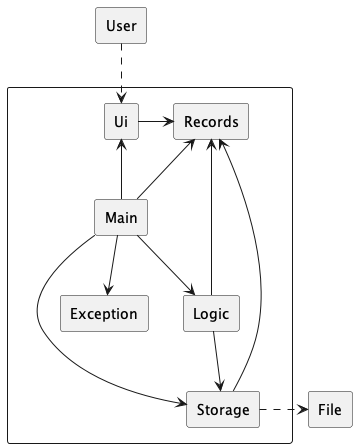
This is docs/UmlDiagrams/ArchitectureDiagram.png from nus-cs2113-AY2223S1/tp, a PlantUML export, as it was before one commit. The source it was exported from:
```plantuml
@startuml
skinparam componentStyle rectangle

component {
 [Ui] -right-> [Records]
 [Logic] -down->[Storage]
 [Logic] -down-> [Records]
 [Main] --> [Ui]
 [Main] --> [Logic]
 [Main] --> [Storage]
 [Main] -up-> [Records]
 [Main] -down-> [Exception]
}
[Storage] -up-> [Records]
[Storage] .right.> [File]
[User] ..> Ui

@enduml
```
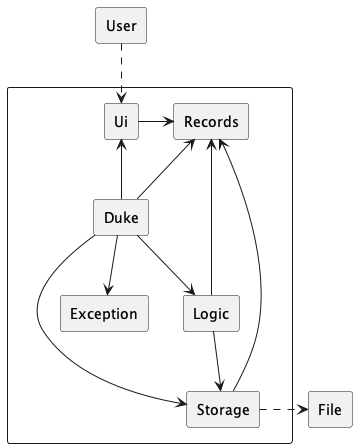
After the change.

Commit message:
Add storage component

Change to the diagram source:
```diff
@@ -5,11 +5,11 @@
  [Ui] -right-> [Records]
  [Logic] -down->[Storage]
  [Logic] -down-> [Records]
- [Main] --> [Ui]
- [Main] --> [Logic]
- [Main] --> [Storage]
- [Main] -up-> [Records]
- [Main] -down-> [Exception]
+ [Duke] --> [Ui]
+ [Duke] --> [Logic]
+ [Duke] --> [Storage]
+ [Duke] -up-> [Records]
+ [Duke] -down-> [Exception]
 }
 [Storage] -up-> [Records]
 [Storage] .right.> [File]
```
